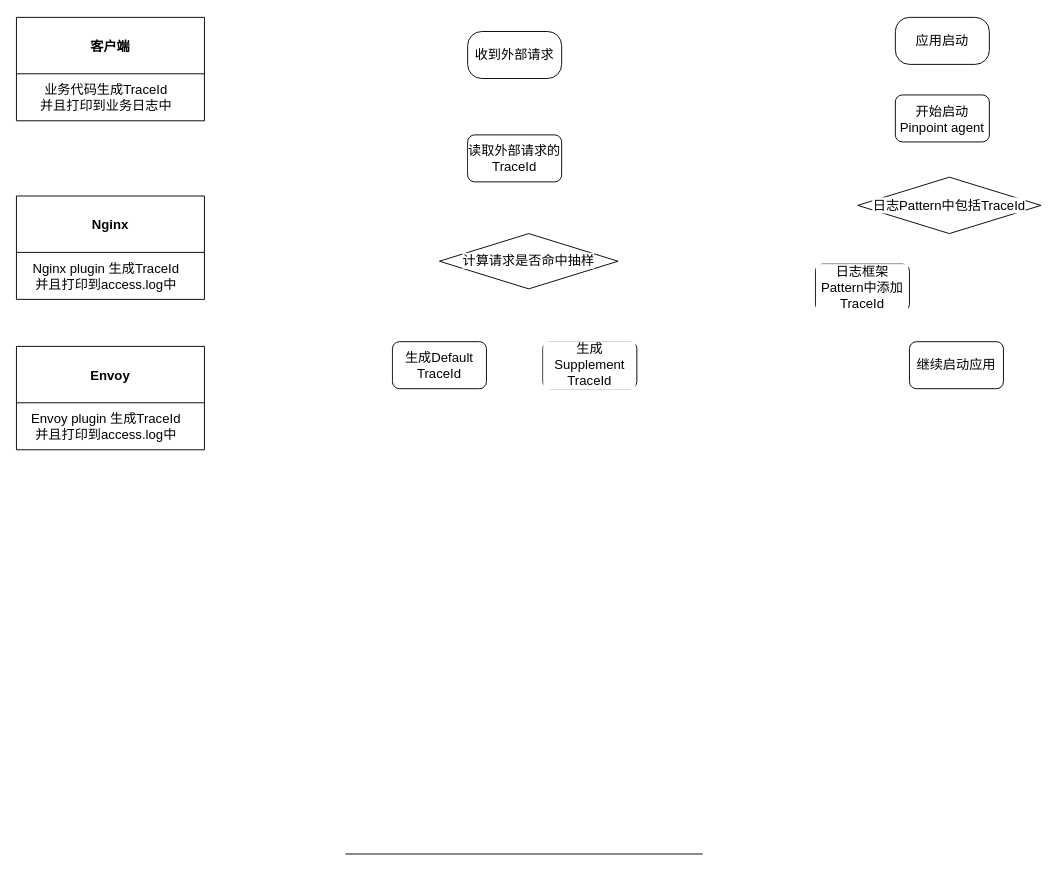
Before: page "eagle全链路原理" (3 of 8) of Untitled Diagram.drawio in maxuewen/draw.io, a draw.io diagram. Source tidied: cells renumbered, new cells numbered last; positions are measured from the earlier drawing's top-left corner, leaving out a move shared by most shapes. Both pictures are drawn from the tidied source at 94%, with x=0, y=0 at pixel (16, 17).
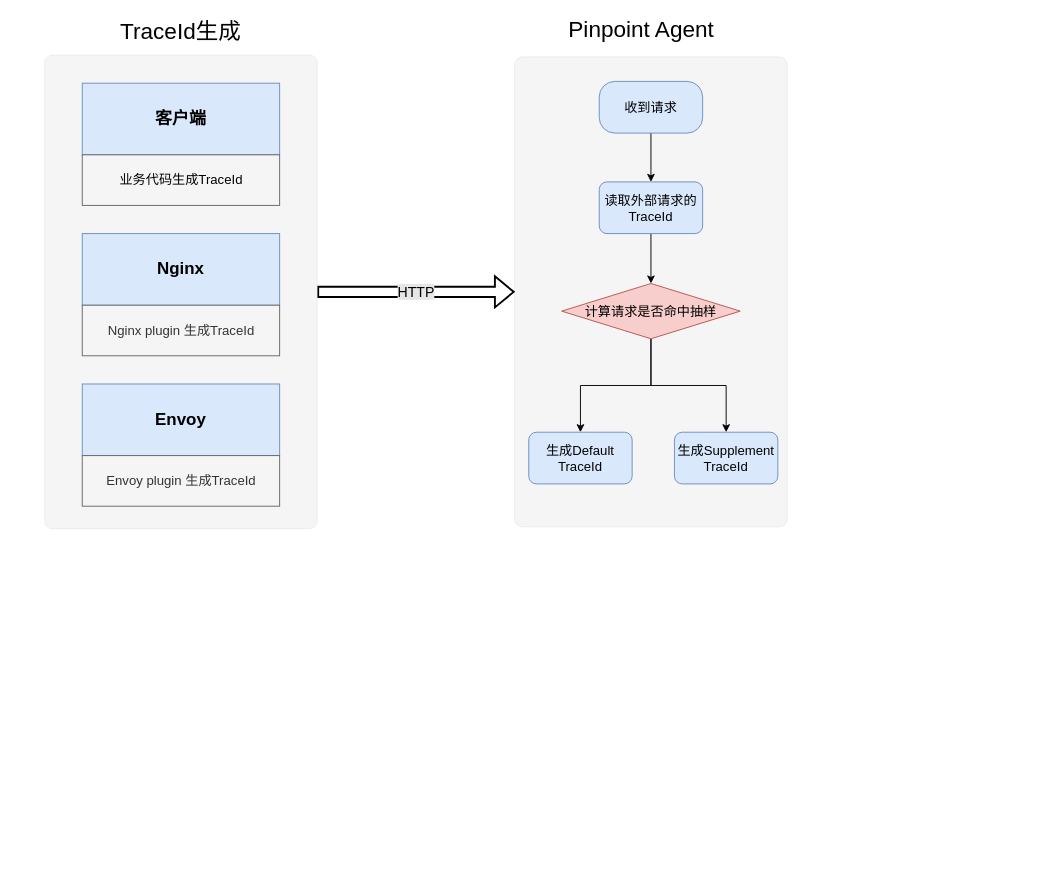
Above is the later version.

The edit, as a diff of the source:
```diff
@@
-    <mxCell id="2" value="Nginx" style="swimlane;labelBackgroundColor=#FFFFFF;fontSize=14;fontColor=#000000;strokeWidth=1;startSize=60;arcSize=10;" parent="1" vertex="1">
-      <mxGeometry y="190" width="200" height="110" as="geometry" />
-    </mxCell>
-    <mxCell id="3" value="&lt;span style=&quot;font-size: 14px;&quot;&gt;Nginx plugin 生成TraceId&lt;br style=&quot;font-size: 14px;&quot;&gt;并且打印到access.log中&lt;/span&gt;" style="text;html=1;align=center;verticalAlign=middle;strokeColor=none;fillColor=none;fontSize=14;fontColor=#000000;" parent="2" vertex="1">
-      <mxGeometry x="5" y="60" width="180" height="50" as="geometry" />
-    </mxCell>
-    <mxCell id="4" value="Envoy" style="swimlane;labelBackgroundColor=#FFFFFF;fontSize=14;fontColor=#000000;strokeWidth=1;startSize=60;arcSize=10;" parent="1" vertex="1">
-      <mxGeometry y="350" width="200" height="110" as="geometry" />
-    </mxCell>
-    <mxCell id="5" value="&lt;span style=&quot;font-size: 14px;&quot;&gt;Envoy plugin 生成TraceId&lt;br style=&quot;font-size: 14px;&quot;&gt;并且打印到access.log中&lt;/span&gt;" style="text;html=1;align=center;verticalAlign=middle;strokeColor=none;fillColor=none;fontSize=14;fontColor=#000000;" parent="4" vertex="1">
-      <mxGeometry x="5" y="60" width="180" height="50" as="geometry" />
-    </mxCell>
-    <mxCell id="6" value="客户端" style="swimlane;labelBackgroundColor=#FFFFFF;fontSize=14;fontColor=#000000;strokeWidth=1;startSize=60;arcSize=100;" parent="1" vertex="1">
-      <mxGeometry width="200" height="110" as="geometry" />
-    </mxCell>
-    <mxCell id="7" value="&lt;span style=&quot;font-size: 14px;&quot;&gt;业务代码生成TraceId&lt;br style=&quot;font-size: 14px;&quot;&gt;并且打印到业务日志中&lt;/span&gt;" style="text;html=1;align=center;verticalAlign=middle;strokeColor=none;fillColor=none;fontSize=14;fontColor=#000000;" parent="6" vertex="1">
-      <mxGeometry x="15" y="60" width="160" height="50" as="geometry" />
-    </mxCell>
-    <mxCell id="8" value="应用启动" style="rounded=1;whiteSpace=wrap;html=1;labelBackgroundColor=#FFFFFF;fontSize=14;fontColor=#000000;strokeWidth=1;imageHeight=24;arcSize=30;" parent="1" vertex="1">
-      <mxGeometry x="935" width="100" height="50" as="geometry" />
-    </mxCell>
-    <mxCell id="9" value="日志Pattern中包括TraceId" style="rhombus;whiteSpace=wrap;html=1;labelBackgroundColor=#FFFFFF;fontSize=14;fontColor=#000000;strokeWidth=1;" parent="1" vertex="1">
-      <mxGeometry x="895" y="170" width="195" height="60" as="geometry" />
-    </mxCell>
-    <mxCell id="10" style="endArrow=none;html=1;rounded=0;fontSize=14;fontColor=#000000;jumpStyle=arc;jumpSize=12;" parent="1" edge="1">
-      <mxGeometry relative="1" as="geometry">
-        <mxPoint x="350" y="890" as="sourcePoint" />
-        <mxPoint x="730" y="890" as="targetPoint" />
-      </mxGeometry>
-    </mxCell>
+    <mxCell id="19" style="rounded=1;whiteSpace=wrap;html=1;labelBackgroundColor=none;fontSize=18;fillColor=#f5f5f5;strokeColor=#666666;arcSize=3;fontColor=#333333;strokeWidth=0;" parent="1" vertex="1">
+      <mxGeometry x="530" y="42" width="290" height="500" as="geometry" />
+    </mxCell>
+    <mxCell id="20" value="&lt;p style=&quot;line-height: 1;&quot;&gt;&lt;span style=&quot;background-color: rgb(230, 230, 230);&quot;&gt;HTTP&lt;/span&gt;&lt;/p&gt;" style="edgeStyle=orthogonalEdgeStyle;rounded=0;jettySize=auto;html=1;entryX=0;entryY=0.5;entryDx=0;entryDy=0;labelBackgroundColor=none;fontSize=15;shape=flexArrow;strokeWidth=2;fillColor=none;shadow=0;sketch=0;" parent="1" edge="1" source="21" target="19">
+      <mxGeometry relative="1" as="geometry" />
+    </mxCell>
+    <mxCell id="21" style="rounded=1;whiteSpace=wrap;html=1;labelBackgroundColor=none;fontSize=18;fillColor=#f5f5f5;strokeColor=#666666;arcSize=3;fontColor=#333333;strokeWidth=0;" parent="1" vertex="1">
+      <mxGeometry x="30" y="40" width="290" height="504" as="geometry" />
+    </mxCell>
+    <mxCell id="22" style="rounded=1;whiteSpace=wrap;html=1;arcSize=0;fillColor=#dae8fc;strokeColor=#6c8ebf;labelBackgroundColor=none;fontSize=14;" parent="1" vertex="1">
+      <mxGeometry x="70" y="70" width="210" height="76.2" as="geometry" />
+    </mxCell>
+    <mxCell id="23" style="rounded=1;whiteSpace=wrap;html=1;arcSize=0;fillColor=#f5f5f5;strokeColor=#666666;labelBackgroundColor=none;fontSize=14;fontColor=#333333;" parent="1" vertex="1">
+      <mxGeometry x="70" y="146.2" width="210" height="53.8" as="geometry" />
+    </mxCell>
+    <mxCell id="24" style="edgeStyle=orthogonalEdgeStyle;rounded=0;jettySize=auto;html=1;entryX=0.5;entryY=0;entryDx=0;entryDy=0;labelBackgroundColor=none;fontSize=24;" parent="1" edge="1" source="11" target="12">
+      <mxGeometry relative="1" as="geometry" />
+    </mxCell>
+    <mxCell id="25" style="edgeStyle=orthogonalEdgeStyle;rounded=0;jettySize=auto;html=1;entryX=0.5;entryY=0;entryDx=0;entryDy=0;labelBackgroundColor=none;fontSize=24;" parent="1" edge="1" source="11" target="13">
+      <mxGeometry relative="1" as="geometry" />
+    </mxCell>
-    <mxCell id="11" value="计算请求是否命中抽样" style="rhombus;whiteSpace=wrap;html=1;labelBackgroundColor=#FFFFFF;fontSize=14;fontColor=#000000;strokeWidth=1;" parent="1" vertex="1">
-      <mxGeometry x="450" y="230" width="190" height="58.8" as="geometry" />
+    <mxCell id="11" value="计算请求是否命中抽样" style="rhombus;whiteSpace=wrap;html=1;labelBackgroundColor=none;fontSize=14;strokeWidth=1;fillColor=#f8cecc;strokeColor=#b85450;" parent="1" vertex="1">
+      <mxGeometry x="580" y="283.1" width="190" height="58.8" as="geometry" />
     </mxCell>
-    <mxCell id="12" value="生成Default TraceId" style="rounded=1;whiteSpace=wrap;html=1;labelBackgroundColor=#FFFFFF;fontSize=14;fontColor=#000000;strokeWidth=1;" parent="1" vertex="1">
-      <mxGeometry x="400" y="345" width="100" height="50" as="geometry" />
+    <mxCell id="12" value="生成Default TraceId" style="rounded=1;whiteSpace=wrap;html=1;labelBackgroundColor=none;fontSize=14;strokeWidth=1;fillColor=#dae8fc;strokeColor=#6c8ebf;" parent="1" vertex="1">
+      <mxGeometry x="545" y="441.3" width="110" height="55" as="geometry" />
     </mxCell>
-    <mxCell id="13" value="生成Supplement TraceId" style="rounded=1;whiteSpace=wrap;html=1;labelBackgroundColor=#FFFFFF;fontSize=14;fontColor=#000000;strokeWidth=1;" parent="1" vertex="1">
-      <mxGeometry x="560" y="345" width="100" height="50" as="geometry" />
+    <mxCell id="13" value="生成Supplement TraceId" style="rounded=1;whiteSpace=wrap;html=1;labelBackgroundColor=none;fontSize=14;strokeWidth=1;fillColor=#dae8fc;strokeColor=#6c8ebf;" parent="1" vertex="1">
+      <mxGeometry x="700" y="441.3" width="110" height="55" as="geometry" />
     </mxCell>
-    <mxCell id="14" value="继续启动应用" style="rounded=1;whiteSpace=wrap;html=1;labelBackgroundColor=#FFFFFF;fontSize=14;fontColor=#000000;strokeWidth=1;" parent="1" vertex="1">
-      <mxGeometry x="950" y="345" width="100" height="50" as="geometry" />
-    </mxCell>
-    <mxCell id="15" value="开始启动&lt;br style=&quot;font-size: 14px;&quot;&gt;Pinpoint agent" style="rounded=1;whiteSpace=wrap;html=1;labelBackgroundColor=#FFFFFF;fontSize=14;fontColor=#000000;strokeWidth=1;" parent="1" vertex="1">
-      <mxGeometry x="935" y="82.5" width="100" height="50" as="geometry" />
-    </mxCell>
+    <mxCell id="26" style="edgeStyle=orthogonalEdgeStyle;rounded=0;jettySize=auto;html=1;labelBackgroundColor=none;fontSize=24;" parent="1" edge="1" source="16" target="11">
+      <mxGeometry relative="1" as="geometry" />
+    </mxCell>
-    <mxCell id="16" value="读取外部请求的TraceId" style="rounded=1;whiteSpace=wrap;html=1;labelBackgroundColor=#FFFFFF;fontSize=14;fontColor=#000000;strokeWidth=1;" parent="1" vertex="1">
-      <mxGeometry x="480" y="125" width="100" height="50" as="geometry" />
+    <mxCell id="16" value="读取外部请求的TraceId" style="rounded=1;whiteSpace=wrap;html=1;labelBackgroundColor=none;fontSize=14;strokeWidth=1;fillColor=#dae8fc;strokeColor=#6c8ebf;" parent="1" vertex="1">
+      <mxGeometry x="620" y="175" width="110" height="55" as="geometry" />
     </mxCell>
+    <mxCell id="27" style="edgeStyle=orthogonalEdgeStyle;rounded=0;jettySize=auto;html=1;entryX=0.5;entryY=0;entryDx=0;entryDy=0;labelBackgroundColor=none;fontSize=24;" parent="1" edge="1" source="17" target="16">
+      <mxGeometry relative="1" as="geometry" />
+    </mxCell>
-    <mxCell id="17" value="收到外部请求" style="rounded=1;whiteSpace=wrap;html=1;labelBackgroundColor=#FFFFFF;fontSize=14;fontColor=#000000;strokeWidth=1;imageHeight=24;arcSize=30;" parent="1" vertex="1">
-      <mxGeometry x="480" y="15" width="100" height="50" as="geometry" />
+    <mxCell id="17" value="收到请求" style="rounded=1;whiteSpace=wrap;html=1;labelBackgroundColor=none;fontSize=14;strokeWidth=1;imageHeight=24;arcSize=30;fillColor=#dae8fc;strokeColor=#6c8ebf;" parent="1" vertex="1">
+      <mxGeometry x="620" y="68.1" width="110" height="55" as="geometry" />
     </mxCell>
-    <mxCell id="18" value="日志框架Pattern中添加TraceId" style="rounded=1;whiteSpace=wrap;html=1;labelBackgroundColor=#FFFFFF;fontSize=14;fontColor=#000000;strokeWidth=1;" parent="1" vertex="1">
-      <mxGeometry x="850" y="262.5" width="100" height="50" as="geometry" />
-    </mxCell>
+    <mxCell id="6" value="&lt;span style=&quot;font-size: 18px; font-weight: 700;&quot;&gt;客户端&lt;/span&gt;" style="text;html=1;strokeColor=none;fillColor=none;align=center;verticalAlign=middle;whiteSpace=wrap;rounded=0;labelBackgroundColor=none;fontSize=18;" parent="1" vertex="1">
+      <mxGeometry x="145" y="93.1" width="60" height="30" as="geometry" />
+    </mxCell>
+    <mxCell id="28" value="&lt;span style=&quot;font-size: 14px;&quot;&gt;业务代码生成TraceId&lt;br style=&quot;font-size: 14px;&quot;&gt;&lt;/span&gt;" style="text;html=1;align=center;verticalAlign=middle;fontSize=14;labelBackgroundColor=none;" parent="1" vertex="1">
+      <mxGeometry x="100" y="158.1" width="150" height="30" as="geometry" />
+    </mxCell>
+    <mxCell id="29" style="rounded=1;whiteSpace=wrap;html=1;arcSize=0;fillColor=#dae8fc;strokeColor=#6c8ebf;labelBackgroundColor=none;fontSize=14;" parent="1" vertex="1">
+      <mxGeometry x="70" y="230" width="210" height="76.2" as="geometry" />
+    </mxCell>
+    <mxCell id="30" style="rounded=1;whiteSpace=wrap;html=1;arcSize=0;fillColor=#f5f5f5;fontColor=#333333;strokeColor=#666666;labelBackgroundColor=none;fontSize=14;" parent="1" vertex="1">
+      <mxGeometry x="70" y="306.2" width="210" height="53.8" as="geometry" />
+    </mxCell>
+    <mxCell id="2" value="&lt;span style=&quot;font-size: 18px; font-weight: 700;&quot;&gt;Nginx&lt;/span&gt;" style="text;html=1;strokeColor=none;fillColor=none;align=center;verticalAlign=middle;whiteSpace=wrap;rounded=0;labelBackgroundColor=none;fontSize=18;" parent="1" vertex="1">
+      <mxGeometry x="145" y="253.1" width="60" height="30" as="geometry" />
+    </mxCell>
+    <mxCell id="31" value="&lt;span style=&quot;color: rgb(51, 51, 51); font-size: 14px;&quot;&gt;Nginx plugin 生成TraceId&lt;/span&gt;&lt;span style=&quot;font-size: 14px;&quot;&gt;&lt;br style=&quot;font-size: 14px;&quot;&gt;&lt;/span&gt;" style="text;html=1;align=center;verticalAlign=middle;fontSize=14;labelBackgroundColor=none;" parent="1" vertex="1">
+      <mxGeometry x="85" y="318.1" width="180" height="30" as="geometry" />
+    </mxCell>
+    <mxCell id="32" style="rounded=1;whiteSpace=wrap;html=1;arcSize=0;fillColor=#dae8fc;strokeColor=#6c8ebf;labelBackgroundColor=none;fontSize=14;" parent="1" vertex="1">
+      <mxGeometry x="70" y="390" width="210" height="76.2" as="geometry" />
+    </mxCell>
+    <mxCell id="33" style="rounded=1;whiteSpace=wrap;html=1;arcSize=0;fillColor=#f5f5f5;fontColor=#333333;strokeColor=#666666;labelBackgroundColor=none;fontSize=14;" parent="1" vertex="1">
+      <mxGeometry x="70" y="466.2" width="210" height="53.8" as="geometry" />
+    </mxCell>
+    <mxCell id="4" value="&lt;span style=&quot;font-size: 18px; font-weight: 700;&quot;&gt;Envoy&lt;/span&gt;" style="text;html=1;strokeColor=none;fillColor=none;align=center;verticalAlign=middle;whiteSpace=wrap;rounded=0;labelBackgroundColor=none;fontSize=18;" parent="1" vertex="1">
+      <mxGeometry x="145" y="413.1" width="60" height="30" as="geometry" />
+    </mxCell>
+    <mxCell id="34" value="&lt;span style=&quot;color: rgb(51, 51, 51); font-size: 14px;&quot;&gt;Envoy plugin 生成TraceId&lt;/span&gt;&lt;span style=&quot;font-size: 14px;&quot;&gt;&lt;br style=&quot;font-size: 14px;&quot;&gt;&lt;/span&gt;" style="text;html=1;align=center;verticalAlign=middle;fontSize=14;labelBackgroundColor=none;" parent="1" vertex="1">
+      <mxGeometry x="85" y="478.1" width="180" height="30" as="geometry" />
+    </mxCell>
+    <mxCell id="35" value="&lt;font style=&quot;font-size: 24px;&quot;&gt;TraceId生成&lt;/font&gt;" style="text;html=1;strokeColor=none;fillColor=none;align=center;verticalAlign=middle;whiteSpace=wrap;rounded=0;labelBackgroundColor=none;fontSize=18;" parent="1" vertex="1">
+      <mxGeometry x="55" width="240" height="30" as="geometry" />
+    </mxCell>
+    <mxCell id="36" value="&lt;font style=&quot;font-size: 24px;&quot;&gt;Pinpoint Agent&lt;/font&gt;" style="text;html=1;strokeColor=none;fillColor=none;align=center;verticalAlign=middle;whiteSpace=wrap;rounded=0;labelBackgroundColor=none;fontSize=18;" parent="1" vertex="1">
+      <mxGeometry x="545" y="-1.9" width="240" height="30" as="geometry" />
+    </mxCell>
```
